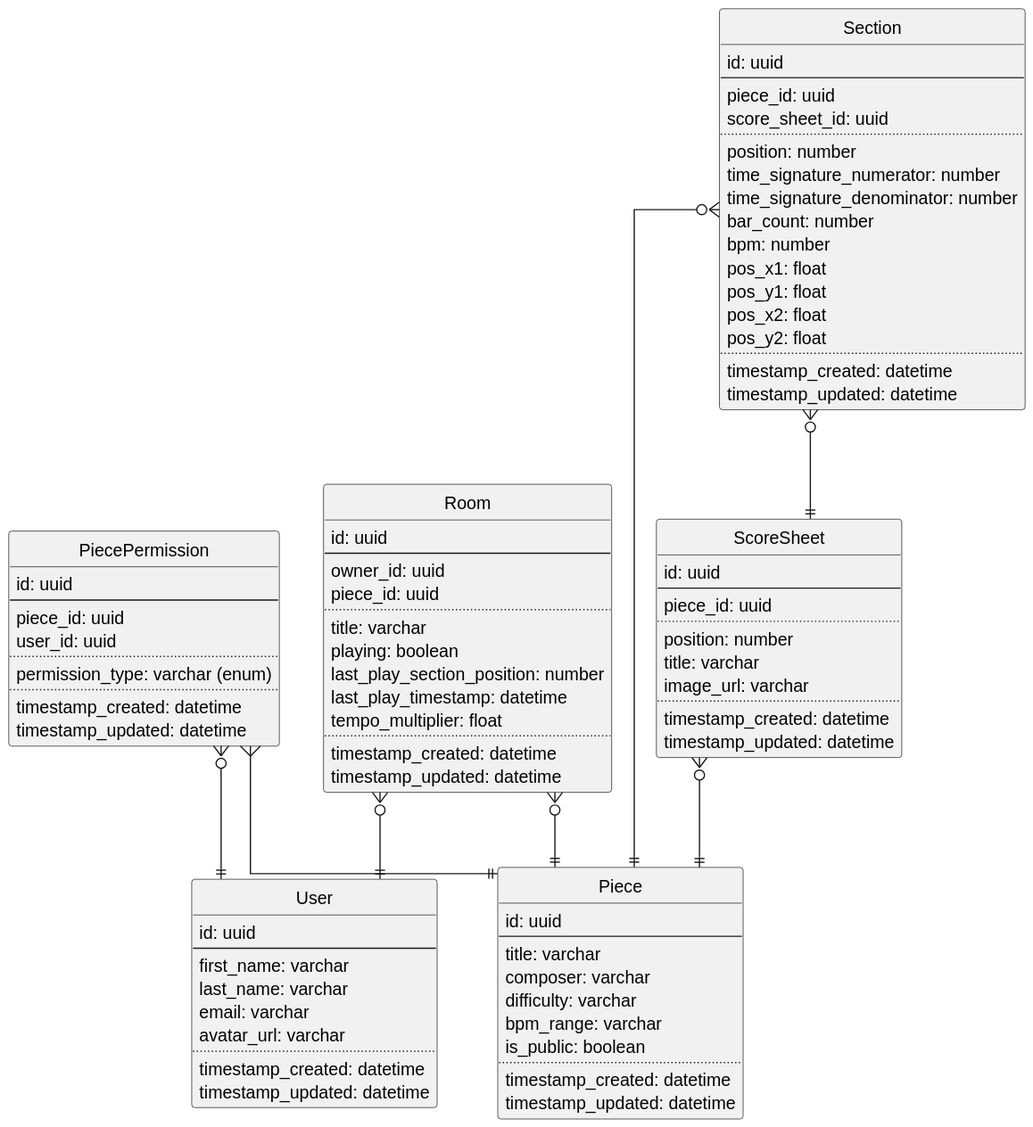
The PlantUML diagram docs/assets/diagrams/database-diagram.svg in rafaelurben/sheetmusic-learner, before a commit.
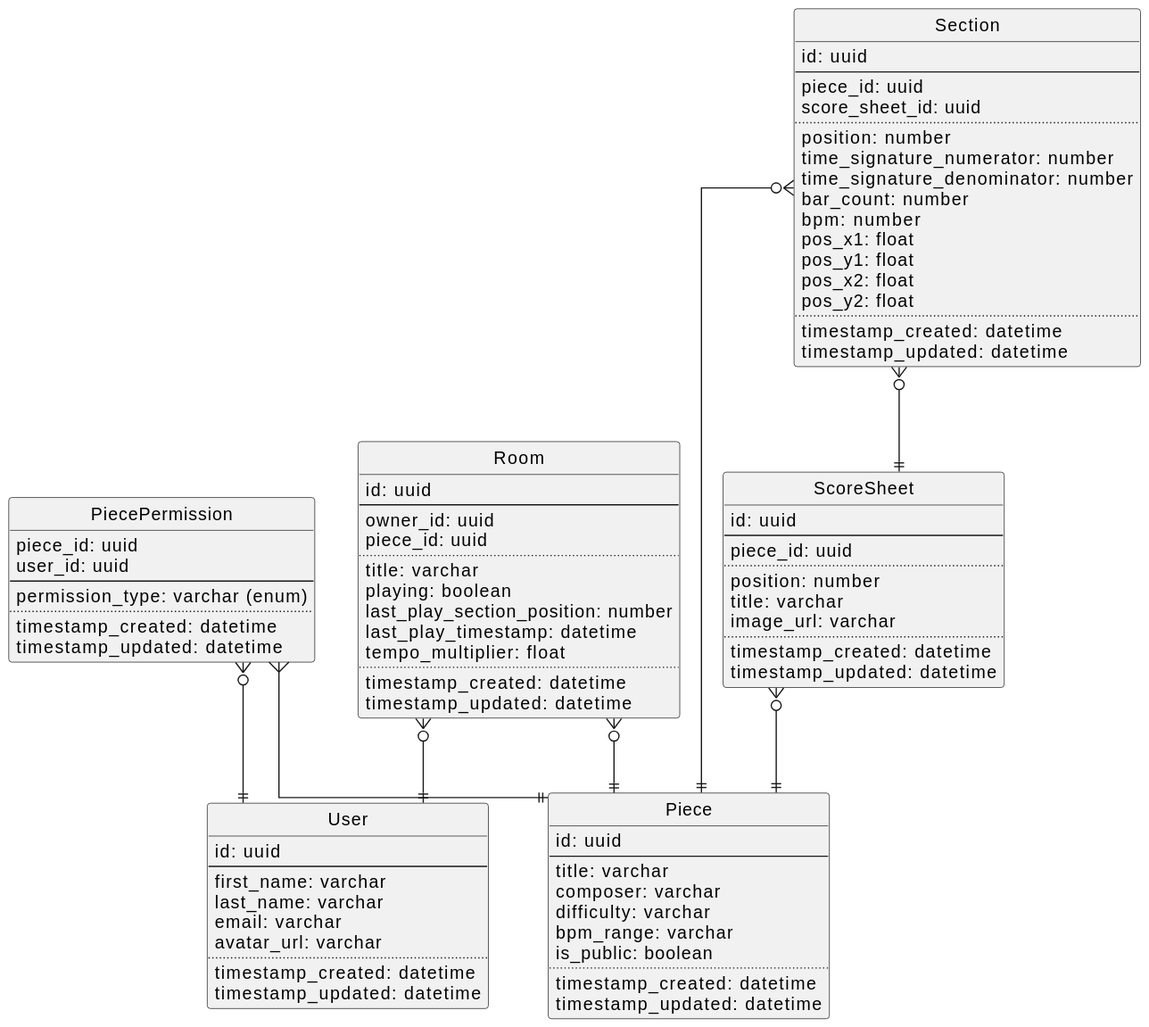
After the commit.

Diff of the diagram source:
```diff
@@ -62,11 +62,9 @@
 }
 
 entity "PiecePermission" as piecepermission {
-  id: uuid
-  --
   piece_id: uuid
   user_id: uuid
-  ..
+  --
   permission_type: varchar (enum)
   ..
   timestamp_created: datetime
```
